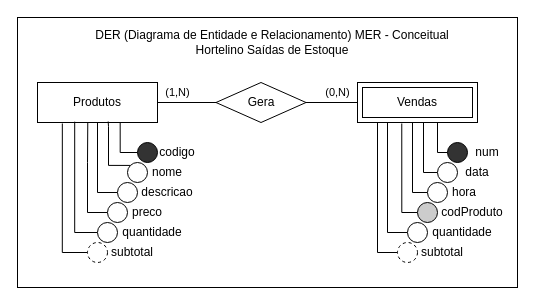
The draw.io diagram EstoqueHortelinoBD/documentacao/HortelinoDER.drawio in wellifabio/etec2020, before the edit. Source tidied: cells renumbered, new cells numbered last; positions are measured from the earlier drawing's top-left corner, leaving out a move shared by most shapes. Both pictures are drawn from the tidied source at 100%, with x=0, y=0 at pixel (17, 17).
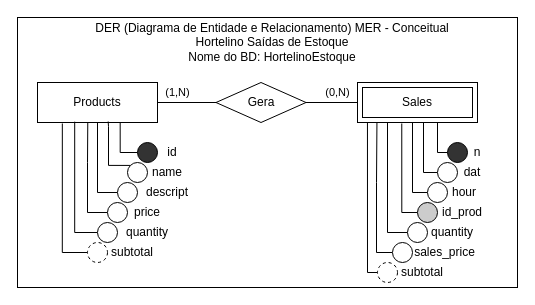
Above is the later version.

Unchanged cells that the change refers to:
```xml
<mxCell id="4" style="rounded=0;whiteSpace=wrap;html=1;" parent="1" vertex="1">
  <mxGeometry x="340" y="65" width="120" height="40" as="geometry" />
</mxCell>
```

Diff of the diagram source:
```diff
@@
-    <mxCell id="3" value="Produtos" style="rounded=0;whiteSpace=wrap;html=1;" parent="1" vertex="1">
+    <mxCell id="3" value="Products" style="rounded=0;whiteSpace=wrap;html=1;" parent="1" vertex="1">
       <mxGeometry x="20" y="65" width="120" height="40" as="geometry" />
     </mxCell>
@@
-    <mxCell id="16" value="codigo" style="text;html=1;strokeColor=none;fillColor=none;align=center;verticalAlign=middle;whiteSpace=wrap;rounded=0;" parent="1" vertex="1">
-      <mxGeometry x="140" y="125" width="40" height="20" as="geometry" />
+    <mxCell id="16" value="id" style="text;html=1;strokeColor=none;fillColor=none;align=center;verticalAlign=middle;whiteSpace=wrap;rounded=0;" parent="1" vertex="1">
+      <mxGeometry x="140" y="125" width="30" height="20" as="geometry" />
     </mxCell>
-    <mxCell id="17" value="nome" style="text;html=1;strokeColor=none;fillColor=none;align=center;verticalAlign=middle;whiteSpace=wrap;rounded=0;" parent="1" vertex="1">
+    <mxCell id="17" value="name" style="text;html=1;strokeColor=none;fillColor=none;align=center;verticalAlign=middle;whiteSpace=wrap;rounded=0;" parent="1" vertex="1">
       <mxGeometry x="130" y="145" width="40" height="20" as="geometry" />
     </mxCell>
-    <mxCell id="18" value="descricao" style="text;html=1;strokeColor=none;fillColor=none;align=center;verticalAlign=middle;whiteSpace=wrap;rounded=0;" parent="1" vertex="1">
+    <mxCell id="18" value="descript" style="text;html=1;strokeColor=none;fillColor=none;align=center;verticalAlign=middle;whiteSpace=wrap;rounded=0;" parent="1" vertex="1">
       <mxGeometry x="114.2" y="165" width="71.5" height="20" as="geometry" />
     </mxCell>
-    <mxCell id="19" value="preco" style="text;html=1;strokeColor=none;fillColor=none;align=center;verticalAlign=middle;whiteSpace=wrap;rounded=0;" parent="1" vertex="1">
+    <mxCell id="19" value="price" style="text;html=1;strokeColor=none;fillColor=none;align=center;verticalAlign=middle;whiteSpace=wrap;rounded=0;" parent="1" vertex="1">
       <mxGeometry x="110" y="185" width="40" height="20" as="geometry" />
     </mxCell>
-    <mxCell id="20" value="quantidade" style="text;html=1;strokeColor=none;fillColor=none;align=center;verticalAlign=middle;whiteSpace=wrap;rounded=0;" parent="1" vertex="1">
-      <mxGeometry x="100" y="205" width="70" height="20" as="geometry" />
+    <mxCell id="20" value="quantity" style="text;html=1;strokeColor=none;fillColor=none;align=center;verticalAlign=middle;whiteSpace=wrap;rounded=0;" parent="1" vertex="1">
+      <mxGeometry x="100" y="205" width="60" height="20" as="geometry" />
     </mxCell>
@@
-    <mxCell id="31" value="num" style="text;html=1;strokeColor=none;fillColor=none;align=center;verticalAlign=middle;whiteSpace=wrap;rounded=0;" parent="1" vertex="1">
-      <mxGeometry x="450" y="125" width="40" height="20" as="geometry" />
+    <mxCell id="31" value="n" style="text;html=1;strokeColor=none;fillColor=none;align=center;verticalAlign=middle;whiteSpace=wrap;rounded=0;" parent="1" vertex="1">
+      <mxGeometry x="450" y="125" width="20" height="20" as="geometry" />
     </mxCell>
-    <mxCell id="32" value="data" style="text;html=1;strokeColor=none;fillColor=none;align=center;verticalAlign=middle;whiteSpace=wrap;rounded=0;" parent="1" vertex="1">
-      <mxGeometry x="440" y="145" width="40" height="20" as="geometry" />
+    <mxCell id="32" value="dat" style="text;html=1;strokeColor=none;fillColor=none;align=center;verticalAlign=middle;whiteSpace=wrap;rounded=0;" parent="1" vertex="1">
+      <mxGeometry x="440" y="145" width="30" height="20" as="geometry" />
     </mxCell>
-    <mxCell id="33" value="hora" style="text;html=1;strokeColor=none;fillColor=none;align=center;verticalAlign=middle;whiteSpace=wrap;rounded=0;" parent="1" vertex="1">
+    <mxCell id="33" value="hour" style="text;html=1;strokeColor=none;fillColor=none;align=center;verticalAlign=middle;whiteSpace=wrap;rounded=0;" parent="1" vertex="1">
       <mxGeometry x="424.2" y="165" width="45.8" height="20" as="geometry" />
     </mxCell>
-    <mxCell id="34" value="codProduto" style="text;html=1;strokeColor=none;fillColor=none;align=center;verticalAlign=middle;whiteSpace=wrap;rounded=0;" parent="1" vertex="1">
-      <mxGeometry x="420" y="185" width="70" height="20" as="geometry" />
+    <mxCell id="34" value="id_prod" style="text;html=1;strokeColor=none;fillColor=none;align=center;verticalAlign=middle;whiteSpace=wrap;rounded=0;" parent="1" vertex="1">
+      <mxGeometry x="420" y="185" width="50" height="20" as="geometry" />
     </mxCell>
-    <mxCell id="35" value="quantidade" style="text;html=1;strokeColor=none;fillColor=none;align=center;verticalAlign=middle;whiteSpace=wrap;rounded=0;" parent="1" vertex="1">
-      <mxGeometry x="410" y="205" width="70" height="20" as="geometry" />
+    <mxCell id="35" value="quantity" style="text;html=1;strokeColor=none;fillColor=none;align=center;verticalAlign=middle;whiteSpace=wrap;rounded=0;" parent="1" vertex="1">
+      <mxGeometry x="410" y="205" width="50" height="20" as="geometry" />
     </mxCell>
@@
     <mxCell id="41" value="subtotal" style="text;html=1;strokeColor=none;fillColor=none;align=center;verticalAlign=middle;whiteSpace=wrap;rounded=0;" parent="1" vertex="1">
-      <mxGeometry x="400" y="225" width="50" height="20" as="geometry" />
+      <mxGeometry x="380" y="245" width="50" height="20" as="geometry" />
     </mxCell>
-    <mxCell id="42" style="edgeStyle=orthogonalEdgeStyle;rounded=0;jettySize=auto;html=1;exitX=0;exitY=0.5;exitDx=0;exitDy=0;endArrow=none;endFill=0;" parent="1" edge="1" source="43" target="4">
+    <mxCell id="42" style="edgeStyle=orthogonalEdgeStyle;rounded=0;jettySize=auto;html=1;exitX=0;exitY=0.5;exitDx=0;exitDy=0;endArrow=none;endFill=0;entryX=0.083;entryY=1;entryDx=0;entryDy=0;entryPerimeter=0;" parent="1" edge="1" source="43" target="4">
       <mxGeometry relative="1" as="geometry">
         <Array as="points">
-          <mxPoint x="360" y="235" />
+          <mxPoint x="350" y="255" />
         </Array>
       </mxGeometry>
     </mxCell>
     <mxCell id="43" style="ellipse;whiteSpace=wrap;html=1;dashed=1;" parent="1" vertex="1">
-      <mxGeometry x="380" y="225" width="20" height="20" as="geometry" />
+      <mxGeometry x="360" y="245" width="20" height="20" as="geometry" />
     </mxCell>
-    <mxCell id="44" value="Vendas" style="rounded=0;whiteSpace=wrap;html=1;" parent="1" vertex="1">
+    <mxCell id="44" value="Sales" style="rounded=0;whiteSpace=wrap;html=1;" parent="1" vertex="1">
       <mxGeometry x="345" y="70" width="110" height="30" as="geometry" />
     </mxCell>
-    <mxCell id="45" value="DER (Diagrama de Entidade e Relacionamento) MER - Conceitual&lt;br&gt;Hortelino Saídas de Estoque" style="text;html=1;strokeColor=none;fillColor=none;align=center;verticalAlign=middle;whiteSpace=wrap;rounded=0;" parent="1" vertex="1">
+    <mxCell id="45" value="DER (Diagrama de Entidade e Relacionamento) MER - Conceitual&lt;br&gt;Hortelino Saídas de Estoque&lt;br&gt;Nome do BD:&amp;nbsp;HortelinoEstoque" style="text;html=1;strokeColor=none;fillColor=none;align=center;verticalAlign=middle;whiteSpace=wrap;rounded=0;" parent="1" vertex="1">
       <mxGeometry x="70" y="5" width="370" height="40" as="geometry" />
     </mxCell>
+    <mxCell id="46" style="edgeStyle=orthogonalEdgeStyle;rounded=0;jettySize=auto;html=1;exitX=0;exitY=0.5;exitDx=0;exitDy=0;entryX=0.162;entryY=1.007;entryDx=0;entryDy=0;entryPerimeter=0;endArrow=none;endFill=0;" parent="1" edge="1" source="47" target="4">
+      <mxGeometry relative="1" as="geometry">
+        <Array as="points">
+          <mxPoint x="359" y="235" />
+          <mxPoint x="359" y="165" />
+        </Array>
+      </mxGeometry>
+    </mxCell>
+    <mxCell id="47" style="ellipse;whiteSpace=wrap;html=1;" parent="1" vertex="1">
+      <mxGeometry x="375" y="225" width="20" height="20" as="geometry" />
+    </mxCell>
+    <mxCell id="48" value="sales_price" style="text;html=1;strokeColor=none;fillColor=none;align=center;verticalAlign=middle;whiteSpace=wrap;rounded=0;" parent="1" vertex="1">
+      <mxGeometry x="395" y="225" width="65" height="20" as="geometry" />
+    </mxCell>
```
